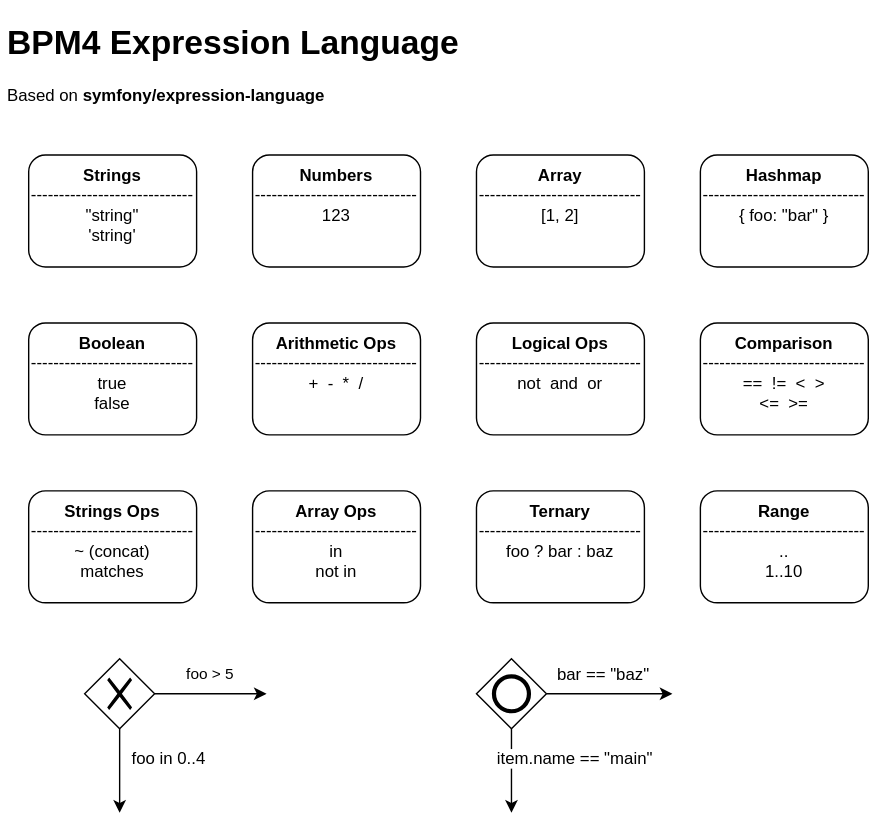
ziadeh/processmaker keeps this draw.io diagram as docs/FEEL.svg. Above is the earlier version. Source tidied: cells renumbered, new cells last; positions are measured from the earlier drawing's top-left corner, leaving out a move shared by most shapes.
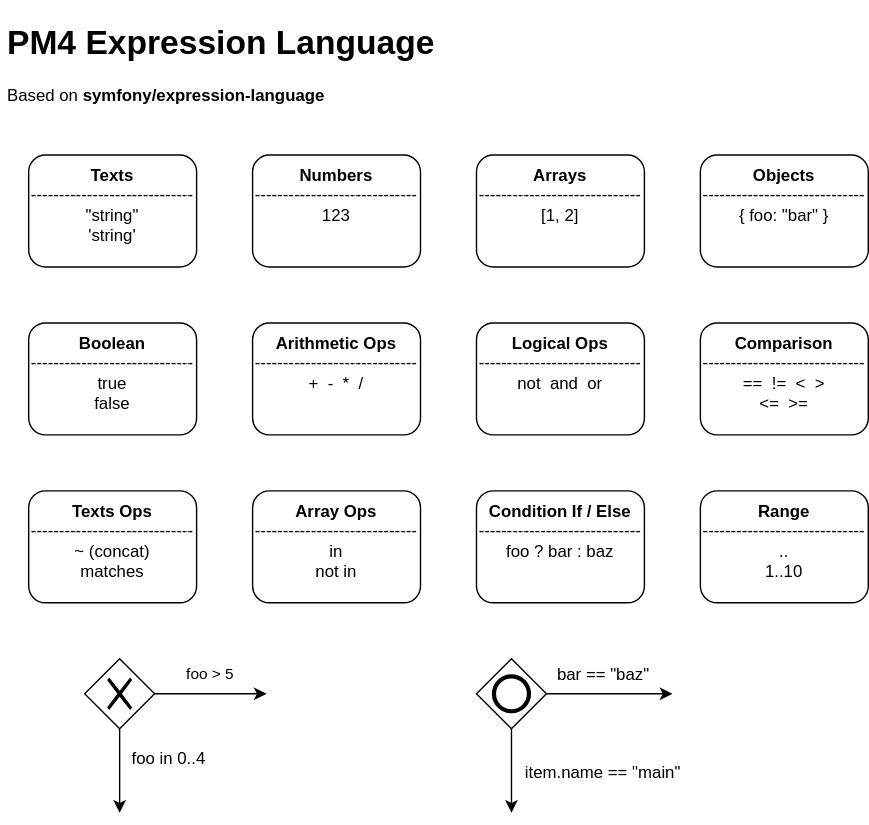
Above is the later version.

Change to the diagram source:
```diff
@@ -2,19 +2,19 @@
   <root>
     <mxCell id="0" />
     <mxCell id="1" parent="0" />
-    <mxCell id="2" value="&lt;h1&gt;BPM4 Expression Language&lt;/h1&gt;&lt;p&gt;Based on&amp;nbsp;&lt;b&gt;symfony/expression-language&lt;/b&gt;&lt;/p&gt;&lt;p&gt;&lt;br&gt;&lt;/p&gt;" style="text;html=1;strokeColor=none;fillColor=none;spacing=5;spacingTop=-20;whiteSpace=wrap;overflow=hidden;rounded=0;" parent="1" vertex="1">
+    <mxCell id="2" value="&lt;h1&gt;PM4 Expression Language&lt;/h1&gt;&lt;p&gt;Based on&amp;nbsp;&lt;b&gt;symfony/expression-language&lt;/b&gt;&lt;/p&gt;&lt;p&gt;&lt;br&gt;&lt;/p&gt;" style="text;html=1;strokeColor=none;fillColor=none;spacing=5;spacingTop=-20;whiteSpace=wrap;overflow=hidden;rounded=0;" parent="1" vertex="1">
       <mxGeometry width="410" height="80" as="geometry" />
     </mxCell>
-    <mxCell id="3" value="&lt;b&gt;Strings&lt;br&gt;&lt;/b&gt;-----------------------------&lt;br&gt;&quot;string&quot;&lt;br&gt;'string'&lt;br&gt;" style="rounded=1;whiteSpace=wrap;html=1;verticalAlign=top;align=center;" parent="1" vertex="1">
+    <mxCell id="3" value="&lt;b&gt;Texts&lt;br&gt;&lt;/b&gt;-----------------------------&lt;br&gt;&quot;string&quot;&lt;br&gt;'string'&lt;br&gt;" style="rounded=1;whiteSpace=wrap;html=1;verticalAlign=top;align=center;" parent="1" vertex="1">
       <mxGeometry x="20" y="100" width="120" height="80" as="geometry" />
     </mxCell>
     <mxCell id="4" value="&lt;b&gt;Numbers&lt;br&gt;&lt;/b&gt;-----------------------------&lt;br&gt;123&lt;br&gt;" style="rounded=1;whiteSpace=wrap;html=1;verticalAlign=top;align=center;" parent="1" vertex="1">
       <mxGeometry x="180" y="100" width="120" height="80" as="geometry" />
     </mxCell>
-    <mxCell id="5" value="&lt;b&gt;Array&lt;br&gt;&lt;/b&gt;-----------------------------&lt;br&gt;[1, 2]&lt;br&gt;" style="rounded=1;whiteSpace=wrap;html=1;verticalAlign=top;align=center;" parent="1" vertex="1">
+    <mxCell id="5" value="&lt;b&gt;Arrays&lt;br&gt;&lt;/b&gt;-----------------------------&lt;br&gt;[1, 2]&lt;br&gt;" style="rounded=1;whiteSpace=wrap;html=1;verticalAlign=top;align=center;" parent="1" vertex="1">
       <mxGeometry x="340" y="100" width="120" height="80" as="geometry" />
     </mxCell>
-    <mxCell id="6" value="&lt;b&gt;Hashmap&lt;br&gt;&lt;/b&gt;-----------------------------&lt;br&gt;{ foo: &quot;bar&quot; }&lt;br&gt;" style="rounded=1;whiteSpace=wrap;html=1;verticalAlign=top;align=center;" parent="1" vertex="1">
+    <mxCell id="6" value="&lt;b&gt;Objects&lt;br&gt;&lt;/b&gt;-----------------------------&lt;br&gt;{ foo: &quot;bar&quot; }&lt;br&gt;" style="rounded=1;whiteSpace=wrap;html=1;verticalAlign=top;align=center;" parent="1" vertex="1">
       <mxGeometry x="500" y="100" width="120" height="80" as="geometry" />
     </mxCell>
     <mxCell id="7" value="&lt;b&gt;Boolean&lt;br&gt;&lt;/b&gt;-----------------------------&lt;br&gt;true&lt;br&gt;false&lt;br&gt;" style="rounded=1;whiteSpace=wrap;html=1;verticalAlign=top;align=center;" parent="1" vertex="1">
@@ -29,13 +29,13 @@
     <mxCell id="10" value="&lt;b&gt;Comparison&lt;/b&gt;&lt;br&gt;-----------------------------&lt;br&gt;==&amp;nbsp; !=&amp;nbsp; &amp;lt;&amp;nbsp; &amp;gt;&lt;br&gt;&amp;lt;=&amp;nbsp; &amp;gt;=&lt;br&gt;&lt;br&gt;" style="rounded=1;whiteSpace=wrap;html=1;verticalAlign=top;align=center;" parent="1" vertex="1">
       <mxGeometry x="500" y="220" width="120" height="80" as="geometry" />
     </mxCell>
-    <mxCell id="11" value="&lt;b&gt;Strings Ops&lt;/b&gt;&lt;br&gt;-----------------------------&lt;br&gt;~ (concat)&lt;br&gt;matches&lt;br&gt;" style="rounded=1;whiteSpace=wrap;html=1;verticalAlign=top;align=center;" parent="1" vertex="1">
+    <mxCell id="11" value="&lt;b&gt;Texts Ops&lt;/b&gt;&lt;br&gt;-----------------------------&lt;br&gt;~ (concat)&lt;br&gt;matches&lt;br&gt;" style="rounded=1;whiteSpace=wrap;html=1;verticalAlign=top;align=center;" parent="1" vertex="1">
       <mxGeometry x="20" y="340" width="120" height="80" as="geometry" />
     </mxCell>
     <mxCell id="12" value="&lt;b&gt;Array Ops&lt;/b&gt;&lt;br&gt;-----------------------------&lt;br&gt;in&lt;br&gt;not in&lt;br&gt;" style="rounded=1;whiteSpace=wrap;html=1;verticalAlign=top;align=center;" parent="1" vertex="1">
       <mxGeometry x="180" y="340" width="120" height="80" as="geometry" />
     </mxCell>
-    <mxCell id="13" value="&lt;b&gt;Ternary&lt;/b&gt;&lt;br&gt;-----------------------------&lt;br&gt;foo ? bar : baz&lt;br&gt;&lt;br&gt;" style="rounded=1;whiteSpace=wrap;html=1;verticalAlign=top;align=center;" parent="1" vertex="1">
+    <mxCell id="13" value="&lt;b&gt;Condition If / Else&lt;/b&gt;&lt;br&gt;-----------------------------&lt;br&gt;foo ? bar : baz&lt;br&gt;&lt;br&gt;" style="rounded=1;whiteSpace=wrap;html=1;verticalAlign=top;align=center;" parent="1" vertex="1">
       <mxGeometry x="340" y="340" width="120" height="80" as="geometry" />
     </mxCell>
     <mxCell id="14" value="&lt;b&gt;Range&lt;/b&gt;&lt;br&gt;-----------------------------&lt;br&gt;..&lt;br&gt;1..10&lt;br&gt;" style="rounded=1;whiteSpace=wrap;html=1;verticalAlign=top;align=center;" parent="1" vertex="1">
@@ -76,7 +76,7 @@
     </mxCell>
     <mxCell id="22" value="item.name == &quot;main&quot;" style="text;html=1;align=center;verticalAlign=middle;labelBackgroundColor=#ffffff;" parent="21" vertex="1">
       <mxGeometry x="-0.2" y="2" relative="1" as="geometry">
-        <mxPoint x="43" y="-4" as="offset" />
+        <mxPoint x="63" y="6" as="offset" />
       </mxGeometry>
     </mxCell>
     <mxCell id="23" style="shape=mxgraph.bpmn.shape;html=1;verticalLabelPosition=bottom;labelBackgroundColor=#ffffff;verticalAlign=top;align=center;perimeter=rhombusPerimeter;background=gateway;outlineConnect=0;outline=end;symbol=general;" parent="1" vertex="1">
```
